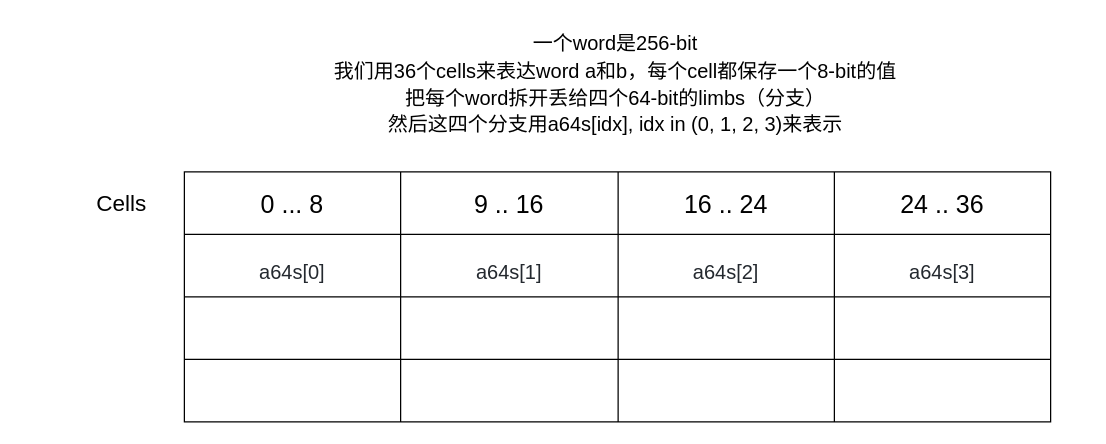
The draw.io diagram zkevm/SAR opcode.drawio in 0xyicheng/a-research-diagram, before the edit. Source tidied: cells renumbered, new cells numbered last; positions are measured from the earlier drawing's top-left corner, leaving out a move shared by most shapes. Both pictures are drawn from the tidied source at 125%, with x=0, y=0 at pixel (84, 21).
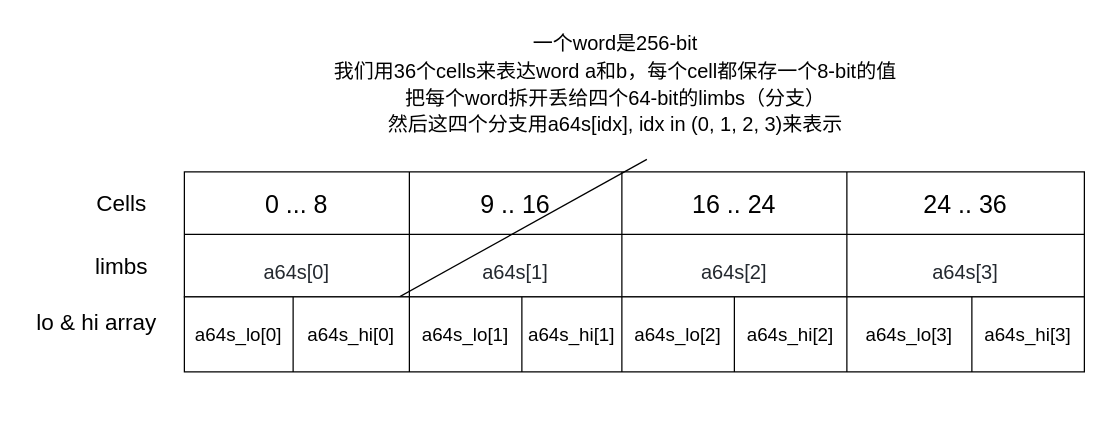
The same page after the edit.

Diff of the diagram source:
```diff
@@
     <mxCell id="2" style="shape=table;html=1;whiteSpace=wrap;startSize=0;childLayout=tableLayout;" parent="1" vertex="1">
-      <mxGeometry x="80" y="120" width="693" height="200" as="geometry" />
+      <mxGeometry x="80" y="120" width="720" height="100" as="geometry" />
     </mxCell>
     <mxCell id="3" style="shape=tableRow;horizontal=0;startSize=0;swimlaneHead=0;swimlaneBody=0;top=0;left=0;bottom=0;right=0;fillColor=none;" parent="2" vertex="1">
-      <mxGeometry width="693" height="50" as="geometry" />
+      <mxGeometry width="720" height="50" as="geometry" />
     </mxCell>
     <mxCell id="4" value="&lt;font style=&quot;font-size: 20px;&quot;&gt;0 ... 8&lt;/font&gt;" style="shape=partialRectangle;html=1;whiteSpace=wrap;fillColor=none;top=0;left=0;bottom=0;right=0;overflow=hidden;" parent="3" vertex="1">
-      <mxGeometry width="173" height="50" as="geometry" />
+      <mxGeometry width="180" height="50" as="geometry" />
     </mxCell>
     <mxCell id="5" value="&lt;font style=&quot;font-size: 20px;&quot;&gt;9 .. 16&lt;/font&gt;" style="shape=partialRectangle;html=1;whiteSpace=wrap;fillColor=none;top=0;left=0;bottom=0;right=0;overflow=hidden;" parent="3" vertex="1">
-      <mxGeometry x="173" width="174" height="50" as="geometry" />
+      <mxGeometry x="180" width="170" height="50" as="geometry" />
     </mxCell>
     <mxCell id="6" value="&lt;font style=&quot;font-size: 20px;&quot;&gt;16 .. 24&lt;/font&gt;" style="shape=partialRectangle;html=1;whiteSpace=wrap;fillColor=none;top=0;left=0;bottom=0;right=0;overflow=hidden;" parent="3" vertex="1">
-      <mxGeometry x="347" width="173" height="50" as="geometry" />
+      <mxGeometry x="350" width="180" height="50" as="geometry" />
     </mxCell>
     <mxCell id="7" value="&lt;font style=&quot;font-size: 20px;&quot;&gt;24 .. 36&lt;/font&gt;" style="shape=partialRectangle;html=1;whiteSpace=wrap;fillColor=none;top=0;left=0;bottom=0;right=0;overflow=hidden;" parent="3" vertex="1">
-      <mxGeometry x="520" width="173" height="50" as="geometry" />
+      <mxGeometry x="530" width="190" height="50" as="geometry" />
     </mxCell>
     <mxCell id="8" style="shape=tableRow;horizontal=0;startSize=0;swimlaneHead=0;swimlaneBody=0;top=0;left=0;bottom=0;right=0;fillColor=none;" parent="2" vertex="1">
-      <mxGeometry y="50" width="693" height="50" as="geometry" />
+      <mxGeometry y="50" width="720" height="50" as="geometry" />
     </mxCell>
     <mxCell id="9" value="&lt;pre style=&quot;box-sizing: border-box; margin-top: 0px; margin-bottom: 16px; overflow-wrap: normal; padding: 16px; overflow: auto; line-height: 1.45; background-color: var(--color-canvas-subtle); border-radius: 6px; color: rgb(36, 41, 47);&quot; class=&quot;notranslate&quot;&gt;&lt;code style=&quot;box-sizing: border-box; padding: 0px; margin: 0px; background: transparent; border-radius: 6px; word-break: normal; border: 0px; display: inline; overflow: visible; line-height: inherit; overflow-wrap: normal;&quot;&gt;&lt;font face=&quot;Helvetica&quot; style=&quot;font-size: 16px;&quot;&gt;a64s[0]&lt;/font&gt;&lt;/code&gt;&lt;/pre&gt;" style="shape=partialRectangle;html=1;whiteSpace=wrap;fillColor=none;top=0;left=0;bottom=0;right=0;overflow=hidden;align=center;" parent="8" vertex="1">
-      <mxGeometry width="173" height="50" as="geometry" />
+      <mxGeometry width="180" height="50" as="geometry" />
     </mxCell>
     <mxCell id="10" value="&lt;pre style=&quot;background-color: var(--color-canvas-subtle); box-sizing: border-box; margin-top: 0px; margin-bottom: 16px; overflow-wrap: normal; padding: 16px; overflow: auto; line-height: 1.45; border-radius: 6px; color: rgb(36, 41, 47);&quot; class=&quot;notranslate&quot;&gt;&lt;code style=&quot;box-sizing: border-box; padding: 0px; margin: 0px; background: transparent; border-radius: 6px; word-break: normal; border: 0px; display: inline; overflow: visible; line-height: inherit; overflow-wrap: normal;&quot;&gt;&lt;font face=&quot;Helvetica&quot; style=&quot;font-size: 16px;&quot;&gt;a64s[1]&lt;/font&gt;&lt;/code&gt;&lt;/pre&gt;" style="shape=partialRectangle;html=1;whiteSpace=wrap;fillColor=none;top=0;left=0;bottom=0;right=0;overflow=hidden;" parent="8" vertex="1">
-      <mxGeometry x="173" width="174" height="50" as="geometry" />
+      <mxGeometry x="180" width="170" height="50" as="geometry" />
     </mxCell>
     <mxCell id="11" value="&lt;pre style=&quot;background-color: var(--color-canvas-subtle); box-sizing: border-box; margin-top: 0px; margin-bottom: 16px; overflow-wrap: normal; padding: 16px; overflow: auto; line-height: 1.45; border-radius: 6px; color: rgb(36, 41, 47);&quot; class=&quot;notranslate&quot;&gt;&lt;code style=&quot;box-sizing: border-box; padding: 0px; margin: 0px; background: transparent; border-radius: 6px; word-break: normal; border: 0px; display: inline; overflow: visible; line-height: inherit; overflow-wrap: normal;&quot;&gt;&lt;font face=&quot;Helvetica&quot; style=&quot;font-size: 16px;&quot;&gt;a64s[2]&lt;/font&gt;&lt;/code&gt;&lt;/pre&gt;" style="shape=partialRectangle;html=1;whiteSpace=wrap;fillColor=none;top=0;left=0;bottom=0;right=0;overflow=hidden;" parent="8" vertex="1">
-      <mxGeometry x="347" width="173" height="50" as="geometry" />
+      <mxGeometry x="350" width="180" height="50" as="geometry" />
     </mxCell>
     <mxCell id="12" value="&lt;pre style=&quot;background-color: var(--color-canvas-subtle); box-sizing: border-box; margin-top: 0px; margin-bottom: 16px; overflow-wrap: normal; padding: 16px; overflow: auto; line-height: 1.45; border-radius: 6px; color: rgb(36, 41, 47);&quot; class=&quot;notranslate&quot;&gt;&lt;code style=&quot;box-sizing: border-box; padding: 0px; margin: 0px; background: transparent; border-radius: 6px; word-break: normal; border: 0px; display: inline; overflow: visible; line-height: inherit; overflow-wrap: normal;&quot;&gt;&lt;font face=&quot;Helvetica&quot; style=&quot;font-size: 16px;&quot;&gt;a64s[3]&lt;/font&gt;&lt;/code&gt;&lt;/pre&gt;" style="shape=partialRectangle;html=1;whiteSpace=wrap;fillColor=none;top=0;left=0;bottom=0;right=0;overflow=hidden;" parent="8" vertex="1">
-      <mxGeometry x="520" width="173" height="50" as="geometry" />
+      <mxGeometry x="530" width="190" height="50" as="geometry" />
     </mxCell>
-    <mxCell id="13" style="shape=tableRow;horizontal=0;startSize=0;swimlaneHead=0;swimlaneBody=0;top=0;left=0;bottom=0;right=0;fillColor=none;" parent="2" vertex="1">
-      <mxGeometry y="100" width="693" height="50" as="geometry" />
-    </mxCell>
-    <mxCell id="14" style="shape=partialRectangle;html=1;whiteSpace=wrap;fillColor=none;top=0;left=0;bottom=0;right=0;overflow=hidden;" parent="13" vertex="1">
-      <mxGeometry width="173" height="50" as="geometry" />
-    </mxCell>
-    <mxCell id="15" style="shape=partialRectangle;html=1;whiteSpace=wrap;fillColor=none;top=0;left=0;bottom=0;right=0;overflow=hidden;" parent="13" vertex="1">
-      <mxGeometry x="173" width="174" height="50" as="geometry" />
-    </mxCell>
-    <mxCell id="16" style="shape=partialRectangle;html=1;whiteSpace=wrap;fillColor=none;top=0;left=0;bottom=0;right=0;overflow=hidden;" parent="13" vertex="1">
-      <mxGeometry x="347" width="173" height="50" as="geometry" />
-    </mxCell>
-    <mxCell id="17" style="shape=partialRectangle;html=1;whiteSpace=wrap;fillColor=none;top=0;left=0;bottom=0;right=0;overflow=hidden;" parent="13" vertex="1">
-      <mxGeometry x="520" width="173" height="50" as="geometry" />
-    </mxCell>
-    <mxCell id="18" style="shape=tableRow;horizontal=0;startSize=0;swimlaneHead=0;swimlaneBody=0;top=0;left=0;bottom=0;right=0;fillColor=none;" parent="2" vertex="1">
-      <mxGeometry y="150" width="693" height="50" as="geometry" />
-    </mxCell>
-    <mxCell id="19" style="shape=partialRectangle;html=1;whiteSpace=wrap;fillColor=none;top=0;left=0;bottom=0;right=0;overflow=hidden;" parent="18" vertex="1">
-      <mxGeometry width="173" height="50" as="geometry" />
-    </mxCell>
-    <mxCell id="20" style="shape=partialRectangle;html=1;whiteSpace=wrap;fillColor=none;top=0;left=0;bottom=0;right=0;overflow=hidden;" parent="18" vertex="1">
-      <mxGeometry x="173" width="174" height="50" as="geometry" />
-    </mxCell>
-    <mxCell id="21" style="shape=partialRectangle;html=1;whiteSpace=wrap;fillColor=none;top=0;left=0;bottom=0;right=0;overflow=hidden;" parent="18" vertex="1">
-      <mxGeometry x="347" width="173" height="50" as="geometry" />
-    </mxCell>
-    <mxCell id="22" style="shape=partialRectangle;html=1;whiteSpace=wrap;fillColor=none;top=0;left=0;bottom=0;right=0;overflow=hidden;" parent="18" vertex="1">
-      <mxGeometry x="520" width="173" height="50" as="geometry" />
-    </mxCell>
+    <mxCell id="25" style="endArrow=none;html=1;rounded=0;fontFamily=Helvetica;fontSize=16;exitX=0.118;exitY=0.02;exitDx=0;exitDy=0;exitPerimeter=0;" parent="2" edge="1">
+      <mxGeometry relative="1" as="geometry">
+        <mxPoint x="370" y="-10" as="sourcePoint" />
+        <mxPoint x="82" y="150" as="targetPoint" />
+      </mxGeometry>
+    </mxCell>
@@
+    <mxCell id="26" value="&lt;font style=&quot;font-size: 18px;&quot;&gt;limbs&lt;/font&gt;" style="text;html=1;strokeColor=none;fillColor=none;align=center;verticalAlign=middle;whiteSpace=wrap;rounded=0;fontSize=20;" parent="1" vertex="1">
+      <mxGeometry y="180" width="60" height="30" as="geometry" />
+    </mxCell>
+    <mxCell id="27" value="&lt;font style=&quot;font-size: 18px;&quot;&gt;lo &amp;amp; hi array&lt;/font&gt;" style="text;html=1;strokeColor=none;fillColor=none;align=center;verticalAlign=middle;whiteSpace=wrap;rounded=0;fontSize=20;" parent="1" vertex="1">
+      <mxGeometry x="-50" y="220" width="120" height="40" as="geometry" />
+    </mxCell>
+    <mxCell id="28" style="shape=table;html=1;whiteSpace=wrap;startSize=0;childLayout=tableLayout;fontFamily=Helvetica;fontSize=16;" parent="1" vertex="1">
+      <mxGeometry x="80" y="220" width="720" height="60" as="geometry" />
+    </mxCell>
+    <mxCell id="29" style="shape=tableRow;horizontal=0;startSize=0;swimlaneHead=0;swimlaneBody=0;top=0;left=0;bottom=0;right=0;fillColor=none;fontFamily=Helvetica;fontSize=16;" parent="28" vertex="1">
+      <mxGeometry width="720" height="60" as="geometry" />
+    </mxCell>
+    <mxCell id="30" value="&lt;font style=&quot;font-size: 15px;&quot;&gt;a64s_lo[0]&lt;/font&gt;" style="shape=partialRectangle;html=1;whiteSpace=wrap;fillColor=none;top=0;left=0;bottom=0;right=0;overflow=hidden;fontFamily=Helvetica;fontSize=16;" parent="29" vertex="1">
+      <mxGeometry width="87" height="60" as="geometry" />
+    </mxCell>
+    <mxCell id="31" value="&lt;span style=&quot;font-size: 15px;&quot;&gt;a64s_hi[0]&lt;/span&gt;" style="shape=partialRectangle;html=1;whiteSpace=wrap;fillColor=none;top=0;left=0;bottom=0;right=0;overflow=hidden;fontFamily=Helvetica;fontSize=16;" parent="29" vertex="1">
+      <mxGeometry x="87" width="93" height="60" as="geometry" />
+    </mxCell>
+    <mxCell id="32" value="&lt;span style=&quot;font-size: 15px;&quot;&gt;a64s_lo[1]&lt;/span&gt;" style="shape=partialRectangle;html=1;whiteSpace=wrap;fillColor=none;top=0;left=0;bottom=0;right=0;overflow=hidden;fontFamily=Helvetica;fontSize=16;" parent="29" vertex="1">
+      <mxGeometry x="180" width="90" height="60" as="geometry" />
+    </mxCell>
+    <mxCell id="33" value="&lt;span style=&quot;font-size: 15px;&quot;&gt;a64s_hi[1]&lt;/span&gt;" style="shape=partialRectangle;html=1;whiteSpace=wrap;fillColor=none;top=0;left=0;bottom=0;right=0;overflow=hidden;fontFamily=Helvetica;fontSize=16;" parent="29" vertex="1">
+      <mxGeometry x="270" width="80" height="60" as="geometry" />
+    </mxCell>
+    <mxCell id="34" value="&lt;span style=&quot;font-size: 15px;&quot;&gt;a64s_lo[2]&lt;/span&gt;" style="shape=partialRectangle;html=1;whiteSpace=wrap;fillColor=none;top=0;left=0;bottom=0;right=0;overflow=hidden;fontFamily=Helvetica;fontSize=16;" parent="29" vertex="1">
+      <mxGeometry x="350" width="90" height="60" as="geometry" />
+    </mxCell>
+    <mxCell id="35" value="&lt;span style=&quot;font-size: 15px;&quot;&gt;a64s_hi[2]&lt;/span&gt;" style="shape=partialRectangle;html=1;whiteSpace=wrap;fillColor=none;top=0;left=0;bottom=0;right=0;overflow=hidden;fontFamily=Helvetica;fontSize=16;" parent="29" vertex="1">
+      <mxGeometry x="440" width="90" height="60" as="geometry" />
+    </mxCell>
+    <mxCell id="36" value="&lt;span style=&quot;font-size: 15px;&quot;&gt;a64s_lo[3]&lt;/span&gt;" style="shape=partialRectangle;html=1;whiteSpace=wrap;fillColor=none;top=0;left=0;bottom=0;right=0;overflow=hidden;fontFamily=Helvetica;fontSize=16;" parent="29" vertex="1">
+      <mxGeometry x="530" width="100" height="60" as="geometry" />
+    </mxCell>
+    <mxCell id="37" value="&lt;span style=&quot;font-size: 15px;&quot;&gt;a64s_hi[3]&lt;/span&gt;" style="shape=partialRectangle;html=1;whiteSpace=wrap;fillColor=none;top=0;left=0;bottom=0;right=0;overflow=hidden;fontFamily=Helvetica;fontSize=16;" parent="29" vertex="1">
+      <mxGeometry x="630" width="90" height="60" as="geometry" />
+    </mxCell>
```
